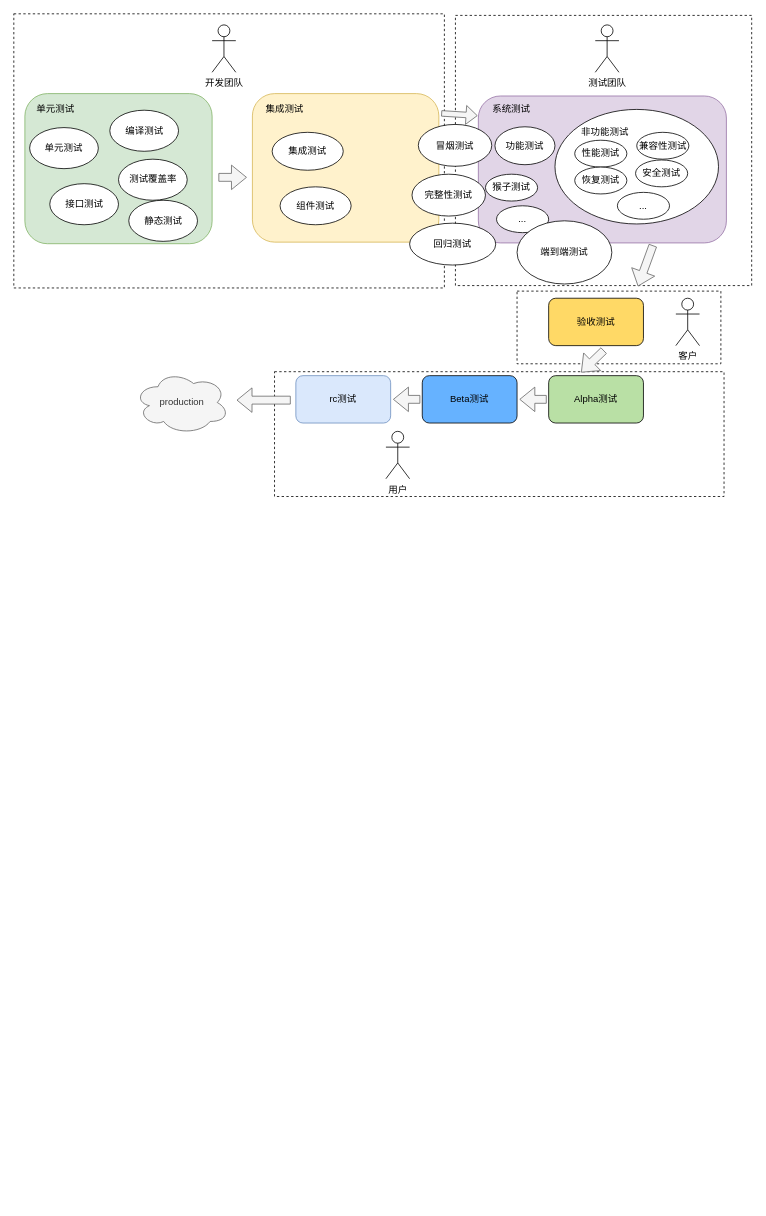
Earlier version of the draw.io diagram page "第 5 页" (5 of 7) of source/_drawio/typeof-testing.drawio (ivan-94/bobi.ink). Source tidied: cells renumbered, new cells numbered last; positions are measured from the earlier drawing's top-left corner, leaving out a move shared by most shapes. Both pictures are drawn from the tidied source at 79%, with x=0, y=0 at pixel (13, 13).
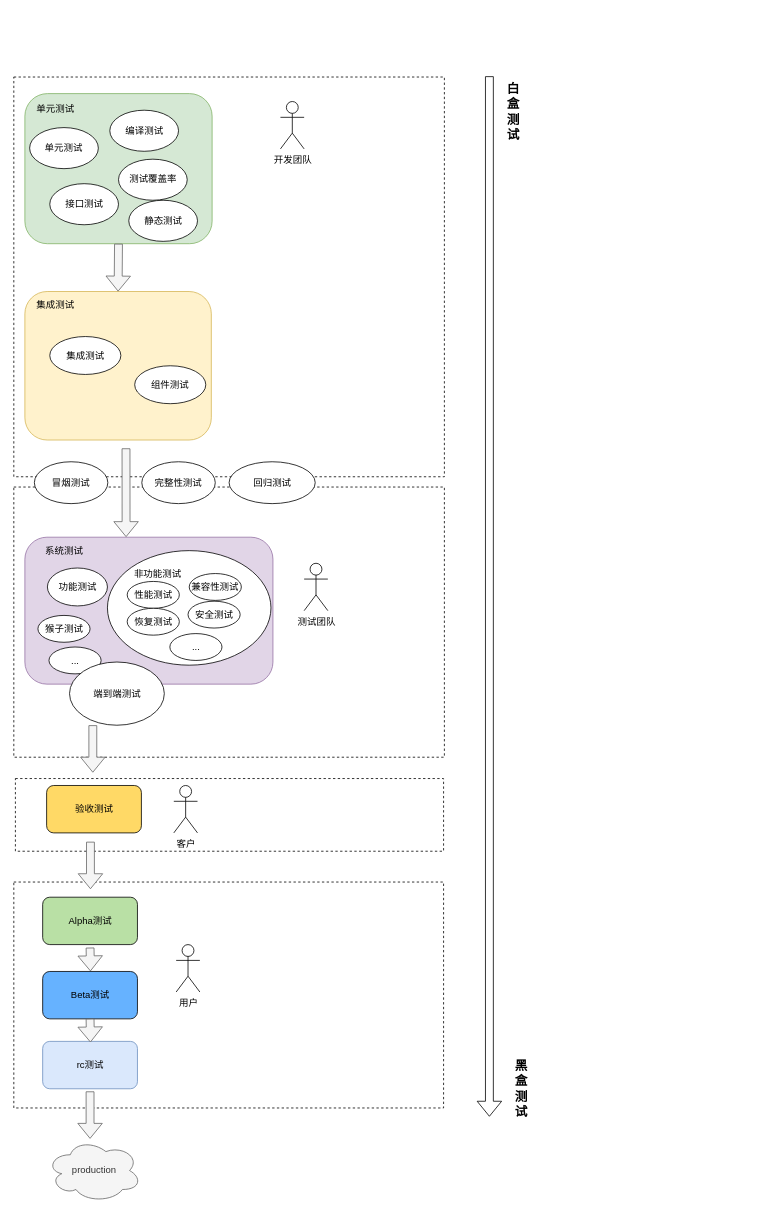
The same diagram, later.

The change refers to these unchanged cells:
```xml
<mxCell id="6" style="rounded=1;whiteSpace=wrap;html=1;fillColor=#d5e8d4;strokeColor=#82b366;" parent="1" vertex="1">
  <mxGeometry x="14" y="101" width="237" height="190" as="geometry" />
</mxCell>
```

Change to the diagram source:
```diff
@@
     <mxCell id="2" style="rounded=0;whiteSpace=wrap;html=1;dashed=1;" parent="1" vertex="1">
-      <mxGeometry x="330" y="453" width="569" height="158" as="geometry" />
+      <mxGeometry y="1099" width="544" height="286" as="geometry" />
     </mxCell>
     <mxCell id="3" style="rounded=0;whiteSpace=wrap;html=1;dashed=1;" parent="1" vertex="1">
-      <mxGeometry width="545" height="347" as="geometry" />
+      <mxGeometry y="80" width="545" height="506" as="geometry" />
     </mxCell>
     <mxCell id="4" style="rounded=0;whiteSpace=wrap;html=1;dashed=1;" parent="1" vertex="1">
-      <mxGeometry x="559" y="2" width="375" height="342" as="geometry" />
+      <mxGeometry y="599" width="545" height="342" as="geometry" />
     </mxCell>
     <mxCell id="5" style="rounded=0;whiteSpace=wrap;html=1;dashed=1;" parent="1" vertex="1">
-      <mxGeometry x="637" y="351" width="258" height="92" as="geometry" />
+      <mxGeometry x="2" y="968" width="542" height="92" as="geometry" />
     </mxCell>
@@
     <mxCell id="12" style="rounded=1;whiteSpace=wrap;html=1;fillColor=#fff2cc;strokeColor=#d6b656;" parent="1" vertex="1">
-      <mxGeometry x="302" y="101" width="236" height="188" as="geometry" />
+      <mxGeometry x="14" y="351.5" width="236" height="188" as="geometry" />
     </mxCell>
     <mxCell id="13" value="集成测试" style="text;html=1;strokeColor=none;fillColor=none;align=center;verticalAlign=middle;whiteSpace=wrap;rounded=0;" parent="1" vertex="1">
-      <mxGeometry x="316" y="111" width="54" height="20" as="geometry" />
+      <mxGeometry x="26" y="359" width="54" height="20" as="geometry" />
     </mxCell>
     <mxCell id="14" value="集成测试" style="ellipse;whiteSpace=wrap;html=1;" parent="1" vertex="1">
-      <mxGeometry x="327" y="150" width="90" height="48" as="geometry" />
+      <mxGeometry x="45.5" y="408.5" width="90" height="48" as="geometry" />
     </mxCell>
     <mxCell id="15" value="组件测试" style="ellipse;whiteSpace=wrap;html=1;" parent="1" vertex="1">
-      <mxGeometry x="337" y="219" width="90" height="48" as="geometry" />
+      <mxGeometry x="153" y="445.5" width="90" height="48" as="geometry" />
     </mxCell>
     <mxCell id="16" style="rounded=1;whiteSpace=wrap;html=1;fillColor=#e1d5e7;strokeColor=#9673a6;" parent="1" vertex="1">
-      <mxGeometry x="588" y="104" width="314" height="186" as="geometry" />
+      <mxGeometry x="14" y="662.5" width="314" height="186" as="geometry" />
     </mxCell>
     <mxCell id="17" value="系统测试" style="text;html=1;strokeColor=none;fillColor=none;align=center;verticalAlign=middle;whiteSpace=wrap;rounded=0;" parent="1" vertex="1">
-      <mxGeometry x="603" y="111" width="54" height="20" as="geometry" />
+      <mxGeometry x="36.5" y="669.5" width="54" height="20" as="geometry" />
     </mxCell>
     <mxCell id="18" value="功能测试" style="ellipse;whiteSpace=wrap;html=1;" parent="1" vertex="1">
-      <mxGeometry x="609" y="143" width="76" height="48" as="geometry" />
+      <mxGeometry x="42.5" y="701.5" width="76" height="48" as="geometry" />
     </mxCell>
     <mxCell id="19" style="ellipse;whiteSpace=wrap;html=1;" parent="1" vertex="1">
-      <mxGeometry x="685" y="121" width="207" height="145" as="geometry" />
+      <mxGeometry x="118.5" y="679.5" width="207" height="145" as="geometry" />
     </mxCell>
     <mxCell id="20" value="非功能测试" style="text;html=1;strokeColor=none;fillColor=none;align=center;verticalAlign=middle;whiteSpace=wrap;rounded=0;" parent="1" vertex="1">
-      <mxGeometry x="710" y="140" width="77" height="20" as="geometry" />
+      <mxGeometry x="143.5" y="698.5" width="77" height="20" as="geometry" />
     </mxCell>
     <mxCell id="21" value="性能测试" style="ellipse;whiteSpace=wrap;html=1;" parent="1" vertex="1">
-      <mxGeometry x="710" y="160" width="66" height="34" as="geometry" />
+      <mxGeometry x="143.5" y="718.5" width="66" height="34" as="geometry" />
     </mxCell>
     <mxCell id="22" value="兼容性测试" style="ellipse;whiteSpace=wrap;html=1;" parent="1" vertex="1">
-      <mxGeometry x="788.5" y="150" width="66" height="34" as="geometry" />
+      <mxGeometry x="222" y="708.5" width="66" height="34" as="geometry" />
     </mxCell>
     <mxCell id="23" value="恢复测试" style="ellipse;whiteSpace=wrap;html=1;" parent="1" vertex="1">
-      <mxGeometry x="710" y="194" width="66" height="34" as="geometry" />
+      <mxGeometry x="143.5" y="752.5" width="66" height="34" as="geometry" />
     </mxCell>
     <mxCell id="24" value="安全测试" style="ellipse;whiteSpace=wrap;html=1;" parent="1" vertex="1">
-      <mxGeometry x="787" y="185" width="66" height="34" as="geometry" />
+      <mxGeometry x="220.5" y="743.5" width="66" height="34" as="geometry" />
     </mxCell>
     <mxCell id="25" value="猴子测试" style="ellipse;whiteSpace=wrap;html=1;" parent="1" vertex="1">
-      <mxGeometry x="597" y="203" width="66" height="34" as="geometry" />
+      <mxGeometry x="30.5" y="761.5" width="66" height="34" as="geometry" />
     </mxCell>
     <mxCell id="26" value="..." style="ellipse;whiteSpace=wrap;html=1;" parent="1" vertex="1">
-      <mxGeometry x="764" y="226" width="66" height="34" as="geometry" />
+      <mxGeometry x="197.5" y="784.5" width="66" height="34" as="geometry" />
     </mxCell>
@@
     <mxCell id="28" value="验收测试" style="rounded=1;whiteSpace=wrap;html=1;fillColor=#FFD966;" parent="1" vertex="1">
-      <mxGeometry x="677" y="360" width="120" height="60" as="geometry" />
+      <mxGeometry x="41.5" y="976.8" width="120" height="60" as="geometry" />
     </mxCell>
     <mxCell id="29" value="Alpha测试" style="rounded=1;whiteSpace=wrap;html=1;fillColor=#B9E0A5;" parent="1" vertex="1">
-      <mxGeometry x="677" y="458" width="120" height="60" as="geometry" />
+      <mxGeometry x="36.5" y="1118.2" width="120" height="60" as="geometry" />
     </mxCell>
     <mxCell id="30" value="Beta测试" style="rounded=1;whiteSpace=wrap;html=1;fillColor=#66B2FF;" parent="1" vertex="1">
-      <mxGeometry x="517" y="458" width="120" height="60" as="geometry" />
+      <mxGeometry x="36.5" y="1212.2" width="120" height="60" as="geometry" />
     </mxCell>
     <mxCell id="31" value="rc测试" style="rounded=1;whiteSpace=wrap;html=1;fillColor=#dae8fc;strokeColor=#6c8ebf;" parent="1" vertex="1">
-      <mxGeometry x="357" y="458" width="120" height="60" as="geometry" />
+      <mxGeometry x="36.5" y="1300.7" width="120" height="60" as="geometry" />
     </mxCell>
     <mxCell id="32" value="冒烟测试" style="ellipse;whiteSpace=wrap;html=1;" parent="1" vertex="1">
-      <mxGeometry x="512" y="140" width="93" height="53" as="geometry" />
+      <mxGeometry x="26" y="567" width="93" height="53" as="geometry" />
     </mxCell>
     <mxCell id="33" value="完整性测试" style="ellipse;whiteSpace=wrap;html=1;" parent="1" vertex="1">
-      <mxGeometry x="504" y="203" width="93" height="53" as="geometry" />
+      <mxGeometry x="162" y="567" width="93" height="53" as="geometry" />
     </mxCell>
     <mxCell id="34" value="客户" style="shape=umlActor;verticalLabelPosition=bottom;labelBackgroundColor=#ffffff;verticalAlign=top;html=1;" parent="1" vertex="1">
-      <mxGeometry x="838" y="360" width="30" height="60" as="geometry" />
+      <mxGeometry x="202.5" y="976.8" width="30" height="60" as="geometry" />
     </mxCell>
     <mxCell id="35" value="用户" style="shape=umlActor;verticalLabelPosition=bottom;labelBackgroundColor=#ffffff;verticalAlign=top;html=1;" parent="1" vertex="1">
-      <mxGeometry x="471" y="528.5" width="30" height="60" as="geometry" />
+      <mxGeometry x="205.5" y="1178.2" width="30" height="60" as="geometry" />
     </mxCell>
     <mxCell id="36" value="测试团队" style="shape=umlActor;verticalLabelPosition=bottom;labelBackgroundColor=#ffffff;verticalAlign=top;html=1;" parent="1" vertex="1">
-      <mxGeometry x="736" y="14" width="30" height="60" as="geometry" />
+      <mxGeometry x="367.5" y="695.5" width="30" height="60" as="geometry" />
     </mxCell>
     <mxCell id="37" value="开发团队" style="shape=umlActor;verticalLabelPosition=bottom;labelBackgroundColor=#ffffff;verticalAlign=top;html=1;" parent="1" vertex="1">
-      <mxGeometry x="251" y="14" width="30" height="60" as="geometry" />
+      <mxGeometry x="337.5" y="111" width="30" height="60" as="geometry" />
     </mxCell>
     <mxCell id="38" value="回归测试" style="ellipse;whiteSpace=wrap;html=1;" parent="1" vertex="1">
-      <mxGeometry x="501" y="265" width="109" height="53" as="geometry" />
+      <mxGeometry x="272.5" y="567" width="109" height="53" as="geometry" />
     </mxCell>
-    <mxCell id="39" style="shape=flexArrow;endArrow=classic;html=1;entryX=-0.013;entryY=0.585;entryDx=0;entryDy=0;entryPerimeter=0;fillColor=#f5f5f5;strokeColor=#666666;" parent="1" edge="1">
-      <mxGeometry relative="1" as="geometry">
-        <mxPoint x="259" y="207" as="sourcePoint" />
-        <mxPoint x="295" y="207" as="targetPoint" />
-      </mxGeometry>
+    <mxCell id="39" style="shape=flexArrow;endArrow=classic;html=1;entryX=0.5;entryY=0;entryDx=0;entryDy=0;fillColor=#f5f5f5;strokeColor=#666666;exitX=0.5;exitY=1;exitDx=0;exitDy=0;" parent="1" edge="1" source="6" target="12">
+      <mxGeometry relative="1" as="geometry" />
     </mxCell>
-    <mxCell id="40" style="shape=flexArrow;endArrow=classic;html=1;width=7;endSize=4.38;endWidth=16;exitX=1.013;exitY=0.133;exitDx=0;exitDy=0;exitPerimeter=0;entryX=-0.003;entryY=0.134;entryDx=0;entryDy=0;entryPerimeter=0;fillColor=#f5f5f5;strokeColor=#666666;" parent="1" edge="1" source="12" target="16">
-      <mxGeometry relative="1" as="geometry" />
-    </mxCell>
-    <mxCell id="41" style="shape=flexArrow;endArrow=classic;html=1;entryX=0.616;entryY=1.003;entryDx=0;entryDy=0;entryPerimeter=0;fillColor=#f5f5f5;strokeColor=#666666;" parent="1" edge="1" target="4">
-      <mxGeometry relative="1" as="geometry">
-        <mxPoint x="809" y="293" as="sourcePoint" />
-      </mxGeometry>
-    </mxCell>
-    <mxCell id="42" style="shape=flexArrow;endArrow=classic;html=1;entryX=0.616;entryY=1.003;entryDx=0;entryDy=0;entryPerimeter=0;fillColor=#f5f5f5;strokeColor=#666666;" parent="1" edge="1">
-      <mxGeometry relative="1" as="geometry">
-        <mxPoint x="674.5" y="488" as="sourcePoint" />
-        <mxPoint x="640" y="488" as="targetPoint" />
-      </mxGeometry>
-    </mxCell>
-    <mxCell id="43" style="shape=flexArrow;endArrow=classic;html=1;entryX=0.616;entryY=1.003;entryDx=0;entryDy=0;entryPerimeter=0;fillColor=#f5f5f5;strokeColor=#666666;" parent="1" edge="1">
-      <mxGeometry relative="1" as="geometry">
-        <mxPoint x="514.5" y="488" as="sourcePoint" />
-        <mxPoint x="480" y="488" as="targetPoint" />
-      </mxGeometry>
-    </mxCell>
-    <mxCell id="44" style="shape=flexArrow;endArrow=classic;html=1;entryX=0.342;entryY=-0.067;entryDx=0;entryDy=0;entryPerimeter=0;fillColor=#f5f5f5;strokeColor=#666666;" parent="1" edge="1" target="29">
-      <mxGeometry relative="1" as="geometry">
-        <mxPoint x="747" y="426" as="sourcePoint" />
-      </mxGeometry>
-    </mxCell>
     <mxCell id="45" value="production" style="ellipse;shape=cloud;whiteSpace=wrap;html=1;fillColor=#f5f5f5;strokeColor=#666666;fontColor=#333333;" parent="1" vertex="1">
-      <mxGeometry x="152.5" y="452" width="120" height="80" as="geometry" />
+      <mxGeometry x="41.5" y="1424.2" width="120" height="80" as="geometry" />
     </mxCell>
     <mxCell id="46" style="shape=flexArrow;endArrow=classic;html=1;fillColor=#f5f5f5;strokeColor=#666666;" parent="1" edge="1">
       <mxGeometry relative="1" as="geometry">
-        <mxPoint x="350.5" y="489" as="sourcePoint" />
-        <mxPoint x="282" y="489" as="targetPoint" />
+        <mxPoint x="97" y="1048" as="sourcePoint" />
+        <mxPoint x="97" y="1108" as="targetPoint" />
       </mxGeometry>
     </mxCell>
     <mxCell id="47" value="..." style="ellipse;whiteSpace=wrap;html=1;" parent="1" vertex="1">
-      <mxGeometry x="611" y="243" width="66" height="34" as="geometry" />
+      <mxGeometry x="44.5" y="801.5" width="66" height="34" as="geometry" />
     </mxCell>
     <mxCell id="48" value="端到端测试" style="ellipse;whiteSpace=wrap;html=1;" parent="1" vertex="1">
-      <mxGeometry x="637" y="262" width="120" height="80" as="geometry" />
+      <mxGeometry x="70.5" y="820.5" width="120" height="80" as="geometry" />
     </mxCell>
+    <mxCell id="49" style="shape=flexArrow;endArrow=classic;html=1;fillColor=#f5f5f5;strokeColor=#666666;" parent="1" edge="1">
+      <mxGeometry relative="1" as="geometry">
+        <mxPoint x="96.5" y="1182" as="sourcePoint" />
+        <mxPoint x="97" y="1212" as="targetPoint" />
+      </mxGeometry>
+    </mxCell>
+    <mxCell id="50" style="shape=flexArrow;endArrow=classic;html=1;fillColor=#f5f5f5;strokeColor=#666666;" parent="1" edge="1">
+      <mxGeometry relative="1" as="geometry">
+        <mxPoint x="96.5" y="1272" as="sourcePoint" />
+        <mxPoint x="97" y="1302" as="targetPoint" />
+      </mxGeometry>
+    </mxCell>
+    <mxCell id="51" style="shape=flexArrow;endArrow=classic;html=1;fillColor=#f5f5f5;strokeColor=#666666;" parent="1" edge="1">
+      <mxGeometry relative="1" as="geometry">
+        <mxPoint x="96.5" y="1364" as="sourcePoint" />
+        <mxPoint x="96.5" y="1424" as="targetPoint" />
+      </mxGeometry>
+    </mxCell>
+    <mxCell id="52" style="shape=flexArrow;endArrow=classic;html=1;fillColor=#f5f5f5;strokeColor=#666666;" parent="1" edge="1">
+      <mxGeometry relative="1" as="geometry">
+        <mxPoint x="100" y="900.5" as="sourcePoint" />
+        <mxPoint x="100" y="960.5" as="targetPoint" />
+      </mxGeometry>
+    </mxCell>
+    <mxCell id="53" style="shape=flexArrow;endArrow=classic;html=1;fillColor=#f5f5f5;strokeColor=#666666;entryX=0.408;entryY=-0.001;entryDx=0;entryDy=0;entryPerimeter=0;" parent="1" edge="1" target="16">
+      <mxGeometry relative="1" as="geometry">
+        <mxPoint x="142" y="550" as="sourcePoint" />
+      </mxGeometry>
+    </mxCell>
+    <mxCell id="54" style="shape=flexArrow;endArrow=classic;html=1;" parent="1" edge="1">
+      <mxGeometry relative="1" as="geometry">
+        <mxPoint x="602" y="79" as="sourcePoint" />
+        <mxPoint x="602" y="1396" as="targetPoint" />
+      </mxGeometry>
+    </mxCell>
+    <mxCell id="55" value="&lt;font style=&quot;font-size: 16px&quot;&gt;&lt;b&gt;白盒测试&lt;/b&gt;&lt;/font&gt;" style="text;html=1;strokeColor=none;fillColor=none;align=center;verticalAlign=middle;whiteSpace=wrap;rounded=0;" parent="1" vertex="1">
+      <mxGeometry x="619.5" y="114" width="25" height="20" as="geometry" />
+    </mxCell>
+    <mxCell id="56" value="&lt;font style=&quot;font-size: 16px&quot;&gt;&lt;b&gt;黑盒测试&lt;/b&gt;&lt;/font&gt;" style="text;html=1;strokeColor=none;fillColor=none;align=center;verticalAlign=middle;whiteSpace=wrap;rounded=0;" parent="1" vertex="1">
+      <mxGeometry x="629.5" y="1350.5" width="25" height="20" as="geometry" />
+    </mxCell>
```
